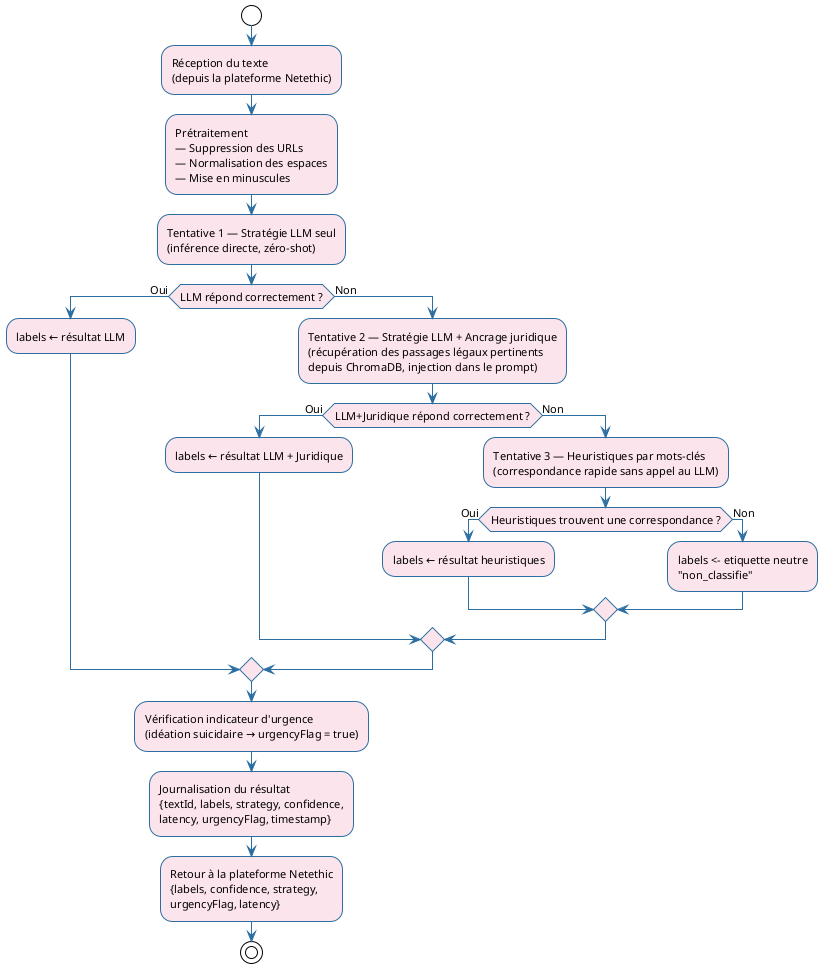
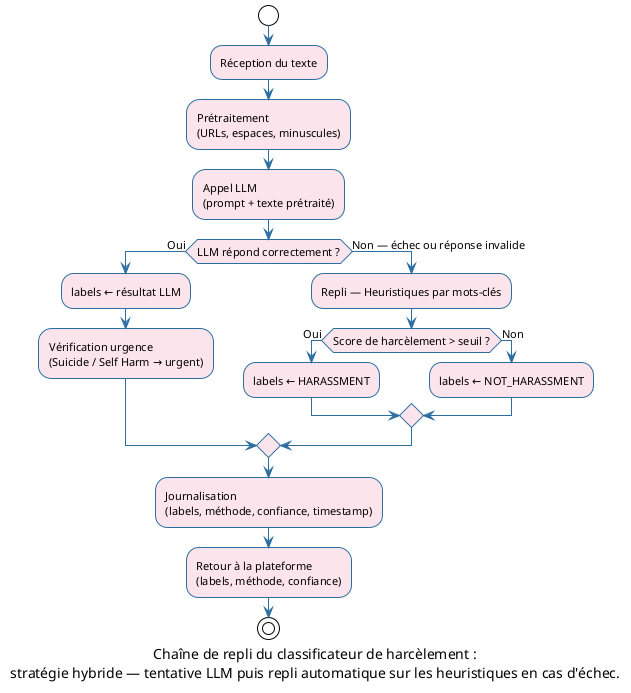
- ﻿@startuml activite_classificateur
+ @startuml activite_classificateur
!theme plain
skinparam activityBorderColor #2C6EA0
skinparam activityBackgroundColor #FCE4EC
skinparam activityArrowColor #2C6EA0
skinparam diamondBorderColor #880000
skinparam diamondBackgroundColor #FCE4EC
skinparam defaultFontName Arial
skinparam defaultFontSize 11

+ caption Chaîne de repli du classificateur de harcèlement :\nstratégie hybride — tentative LLM puis repli automatique sur les heuristiques en cas d'échec.

start

- :Réception du texte\n(depuis la plateforme Netethic);
+ :Réception du texte;

- :Prétraitement\n— Suppression des URLs\n— Normalisation des espaces\n— Mise en minuscules;
+ :Prétraitement\n(URLs, espaces, minuscules);

- :Tentative 1 — Stratégie LLM seul\n(inférence directe, zéro-shot);
+ :Appel LLM\n(prompt + texte prétraité);

if (LLM répond correctement ?) then (Oui)
+ 
  :labels ← résultat LLM;
- else (Non)

-   :Tentative 2 — Stratégie LLM + Ancrage juridique\n(récupération des passages légaux pertinents\ndepuis ChromaDB, injection dans le prompt);
+   :Vérification urgence\n(Suicide / Self Harm → urgent);

-   if (LLM+Juridique répond correctement ?) then (Oui)
-     :labels ← résultat LLM + Juridique;
+ else (Non — échec ou réponse invalide)
+ 
+   :Repli — Heuristiques par mots-clés;
+ 
+   if (Score de harcèlement > seuil ?) then (Oui)
+     :labels ← HARASSMENT;
  else (Non)
- 
-     :Tentative 3 — Heuristiques par mots-clés\n(correspondance rapide sans appel au LLM);
- 
-     if (Heuristiques trouvent une correspondance ?) then (Oui)
-       :labels ← résultat heuristiques;
-     else (Non)
-       :labels <- etiquette neutre\n"non_classifie";
-     endif
- 
+     :labels ← NOT_HARASSMENT;
  endif

endif

- :Vérification indicateur d'urgence\n(idéation suicidaire → urgencyFlag = true);
+ :Journalisation\n(labels, méthode, confiance, timestamp);

- :Journalisation du résultat\n{textId, labels, strategy, confidence,\nlatency, urgencyFlag, timestamp};
- 
- :Retour à la plateforme Netethic\n{labels, confidence, strategy,\nurgencyFlag, latency};
+ :Retour à la plateforme\n(labels, méthode, confiance);

stop

@enduml
